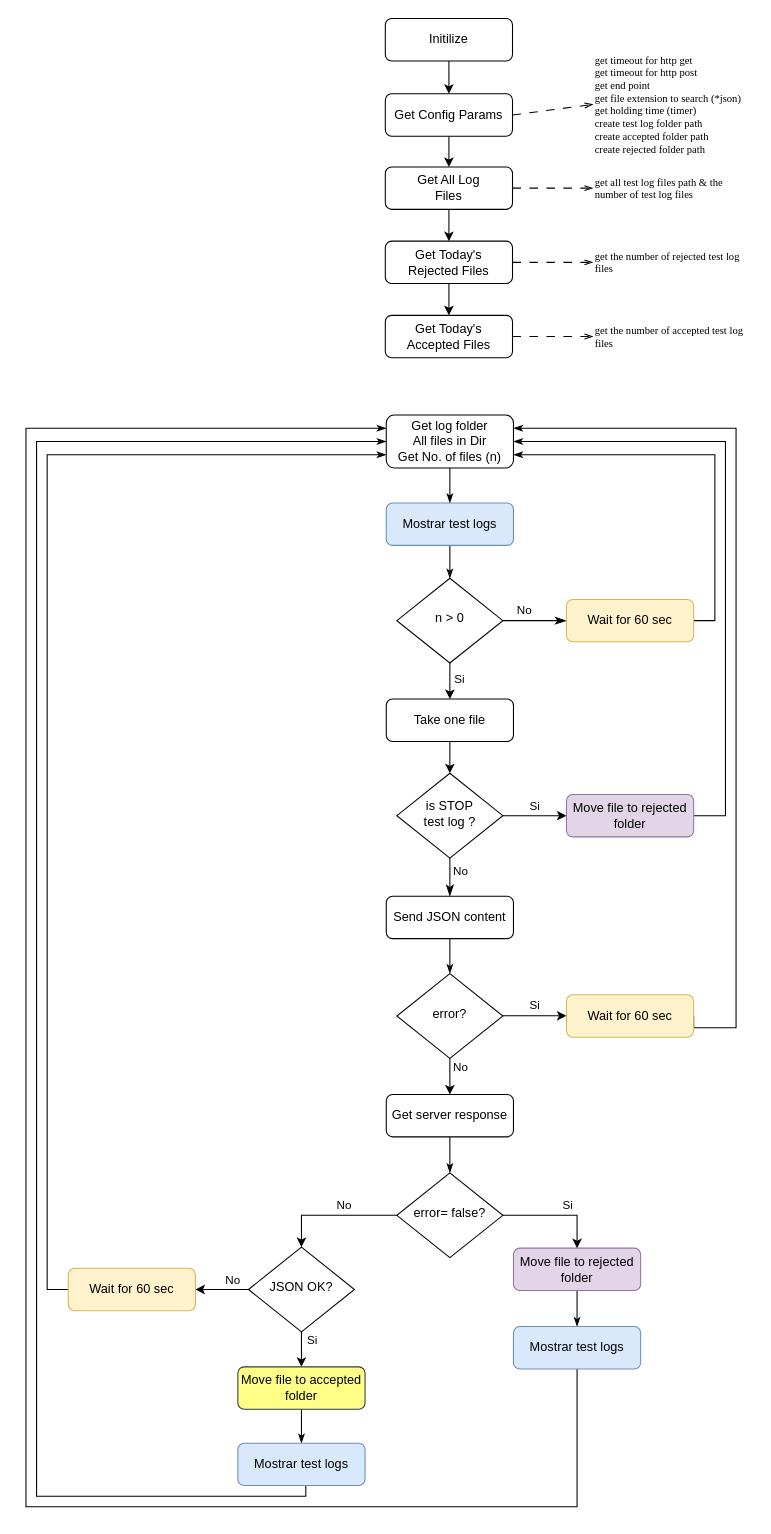
The draw.io diagram miscellaneous/Diagrama de flujo del programa.drawio in rnt-code/Registration-Service-QMH-based, before the edit. Source tidied: cells renumbered, new cells numbered last; positions are measured from the earlier drawing's top-left corner, leaving out a move shared by most shapes. Both pictures are drawn from the tidied source at 106%, with x=0, y=0 at pixel (25, 18).
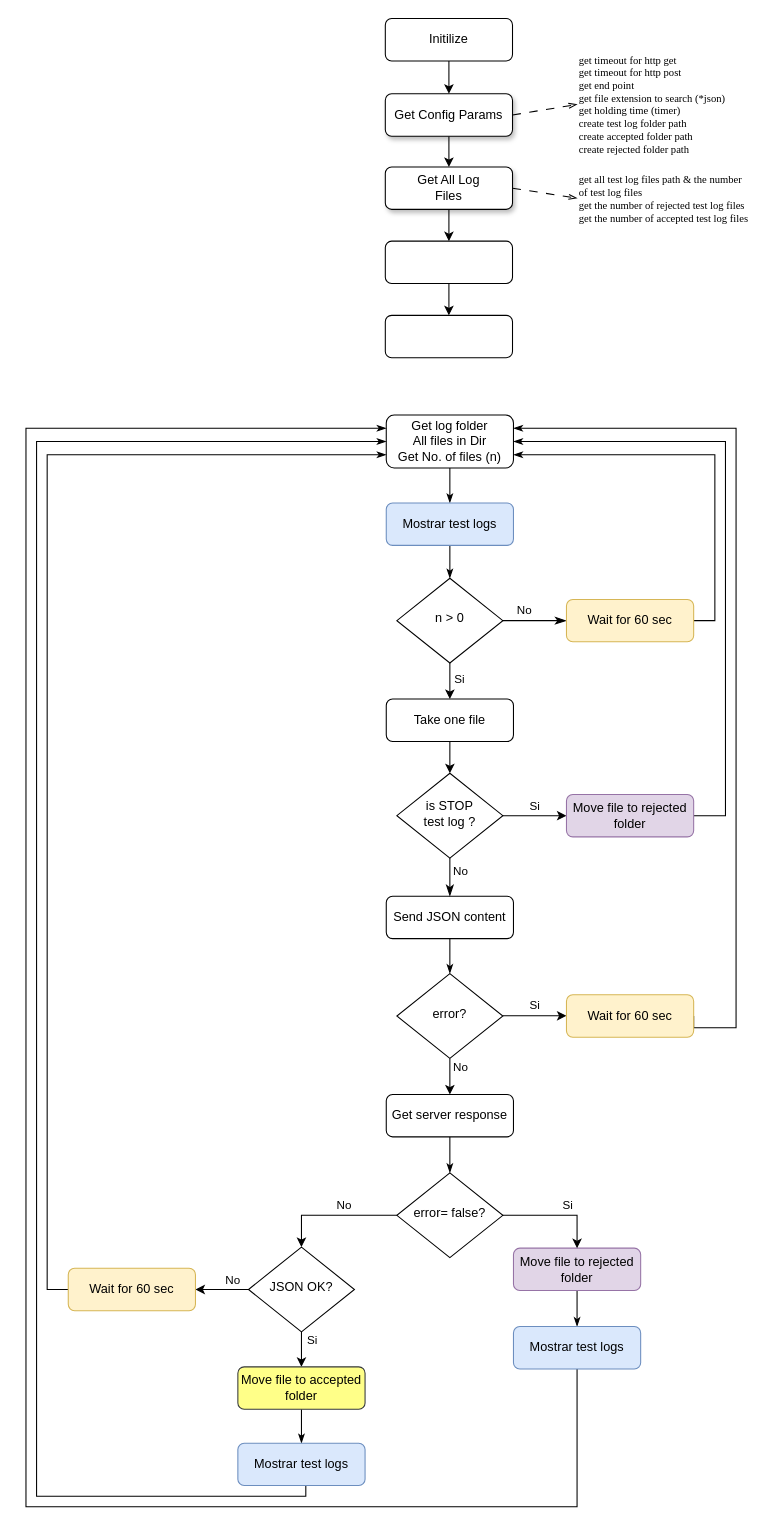
The same page after the edit.

Diff of the diagram source:
```diff
@@
-    <mxCell id="3" value="Get Config Params" style="rounded=1;whiteSpace=wrap;html=1;fontSize=12;glass=0;strokeWidth=1;shadow=0;" parent="1" vertex="1">
+    <mxCell id="3" value="Get Config Params" style="rounded=1;whiteSpace=wrap;html=1;fontSize=12;glass=0;strokeWidth=1;shadow=1;strokeColor=default;" parent="1" vertex="1">
       <mxGeometry x="339" y="71" width="120" height="40" as="geometry" />
     </mxCell>
@@
     <mxCell id="55" value="get timeout for http get&lt;br style=&quot;font-size: 10px;&quot;&gt;get timeout for http post&lt;br style=&quot;font-size: 10px;&quot;&gt;get end point&lt;br style=&quot;font-size: 10px;&quot;&gt;get file extension to search (*json)&lt;br style=&quot;font-size: 10px;&quot;&gt;get holding time (timer)&lt;br style=&quot;font-size: 10px;&quot;&gt;create test log folder path&lt;br style=&quot;font-size: 10px;&quot;&gt;create accepted folder path&lt;br style=&quot;font-size: 10px;&quot;&gt;create rejected folder path" style="text;html=1;strokeColor=none;fillColor=none;align=left;verticalAlign=middle;whiteSpace=wrap;rounded=0;fontFamily=Times New Roman;fontSize=10;" parent="1" vertex="1">
-      <mxGeometry x="535" y="31" width="145" height="100" as="geometry" />
+      <mxGeometry x="520" y="31" width="145" height="100" as="geometry" />
     </mxCell>
@@
-    <mxCell id="58" value="Get All Log&lt;br&gt;Files" style="rounded=1;whiteSpace=wrap;html=1;fontSize=12;glass=0;strokeWidth=1;shadow=0;" parent="1" vertex="1">
+    <mxCell id="58" value="Get All Log&lt;br&gt;Files" style="rounded=1;whiteSpace=wrap;html=1;fontSize=12;glass=0;strokeWidth=1;shadow=1;" parent="1" vertex="1">
       <mxGeometry x="339" y="140" width="120" height="40" as="geometry" />
     </mxCell>
@@
-    <mxCell id="60" value="Get Today's &lt;br&gt;Rejected Files" style="rounded=1;whiteSpace=wrap;html=1;fontSize=12;glass=0;strokeWidth=1;shadow=0;" parent="1" vertex="1">
+    <mxCell id="60" style="rounded=1;whiteSpace=wrap;html=1;fontSize=12;glass=0;strokeWidth=1;shadow=0;" parent="1" vertex="1">
       <mxGeometry x="339" y="210" width="120" height="40" as="geometry" />
     </mxCell>
-    <mxCell id="61" value="Get Today's &lt;br&gt;Accepted Files" style="rounded=1;whiteSpace=wrap;html=1;fontSize=12;glass=0;strokeWidth=1;shadow=0;" parent="1" vertex="1">
+    <mxCell id="61" style="rounded=1;whiteSpace=wrap;html=1;fontSize=12;glass=0;strokeWidth=1;shadow=0;" parent="1" vertex="1">
       <mxGeometry x="339" y="280" width="120" height="40" as="geometry" />
     </mxCell>
-    <mxCell id="62" value="get all test log files path &amp;amp; the number of test log files" style="text;html=1;strokeColor=none;fillColor=none;align=left;verticalAlign=middle;whiteSpace=wrap;rounded=0;fontFamily=Times New Roman;fontSize=10;" parent="1" vertex="1">
-      <mxGeometry x="535" y="144.5" width="145" height="31" as="geometry" />
+    <mxCell id="62" value="get all test log files path &amp;amp; the number of test log files&lt;br&gt;get the number of rejected test log files&lt;br&gt;get the number of accepted test log files" style="text;html=1;strokeColor=none;fillColor=none;align=left;verticalAlign=middle;whiteSpace=wrap;rounded=0;fontFamily=Times New Roman;fontSize=10;" parent="1" vertex="1">
+      <mxGeometry x="520" y="140" width="165" height="59" as="geometry" />
     </mxCell>
-    <mxCell id="63" style="endArrow=openThin;html=1;rounded=0;entryX=0;entryY=0.5;entryDx=0;entryDy=0;dashed=1;dashPattern=8 8;endFill=0;exitX=1;exitY=0.5;exitDx=0;exitDy=0;" parent="1" edge="1" source="60" target="64">
-      <mxGeometry relative="1" as="geometry" />
-    </mxCell>
-    <mxCell id="64" value="get the number of rejected test log files" style="text;html=1;strokeColor=none;fillColor=none;align=left;verticalAlign=middle;whiteSpace=wrap;rounded=0;fontFamily=Times New Roman;fontSize=10;" parent="1" vertex="1">
-      <mxGeometry x="535" y="214.5" width="145" height="31" as="geometry" />
-    </mxCell>
-    <mxCell id="65" value="get the number of accepted test log files" style="text;html=1;strokeColor=none;fillColor=none;align=left;verticalAlign=middle;whiteSpace=wrap;rounded=0;fontFamily=Times New Roman;fontSize=10;" parent="1" vertex="1">
-      <mxGeometry x="535" y="284.5" width="145" height="31" as="geometry" />
-    </mxCell>
-    <mxCell id="66" style="endArrow=openThin;html=1;rounded=0;entryX=0;entryY=0.5;entryDx=0;entryDy=0;dashed=1;dashPattern=8 8;endFill=0;exitX=1;exitY=0.5;exitDx=0;exitDy=0;" parent="1" edge="1" source="61" target="65">
-      <mxGeometry relative="1" as="geometry" />
-    </mxCell>
```
